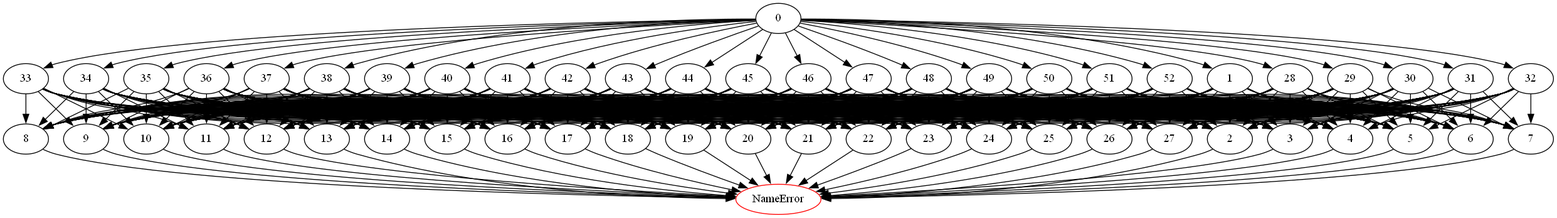
Earlier version of the Graphviz export DomainPicture/cwrsa.comdirected_graph.png (Asikl/MazeMapper). Its source is kept beside it as DomainPicture/cwrsa.comdirected_graph.dot. Its diagram source:
```dot
digraph G {
	0 -> 1;
	0 -> 28;
	0 -> 29;
	0 -> 30;
	0 -> 31;
	0 -> 32;
	0 -> 33;
	0 -> 34;
	0 -> 35;
	0 -> 36;
	0 -> 37;
	0 -> 38;
	0 -> 39;
	0 -> 40;
	0 -> 41;
	0 -> 42;
	0 -> 43;
	0 -> 44;
	0 -> 45;
	0 -> 46;
	0 -> 47;
	0 -> 48;
	0 -> 49;
	0 -> 50;
	0 -> 51;
	0 -> 52;
	1 -> 2;
	1 -> 3;
	1 -> 4;
	1 -> 5;
	1 -> 6;
	1 -> 7;
	1 -> 8;
	1 -> 9;
	1 -> 10;
	1 -> 11;
	1 -> 12;
	1 -> 13;
	1 -> 14;
	1 -> 15;
	1 -> 16;
	1 -> 17;
	1 -> 18;
	1 -> 19;
	1 -> 20;
	1 -> 21;
	1 -> 22;
	1 -> 23;
	1 -> 24;
	1 -> 25;
	1 -> 26;
	1 -> 27;
	2 -> "NameError";
NameError [color=red];
	3 -> "NameError";
NameError [color=red];
	4 -> "NameError";
NameError [color=red];
	5 -> "NameError";
NameError [color=red];
	6 -> "NameError";
NameError [color=red];
	7 -> "NameError";
NameError [color=red];
	8 -> "NameError";
NameError [color=red];
	9 -> "NameError";
NameError [color=red];
	10 -> "NameError";
NameError [color=red];
	11 -> "NameError";
NameError [color=red];
	12 -> "NameError";
NameError [color=red];
	13 -> "NameError";
NameError [color=red];
	14 -> "NameError";
NameError [color=red];
	15 -> "NameError";
NameError [color=red];
	16 -> "NameError";
NameError [color=red];
	17 -> "NameError";
NameError [color=red];
	18 -> "NameError";
NameError [color=red];
	19 -> "NameError";
NameError [color=red];
	20 -> "NameError";
NameError [color=red];
	21 -> "NameError";
NameError [color=red];
	22 -> "NameError";
NameError [color=red];
	23 -> "NameError";
NameError [color=red];
	24 -> "NameError";
NameError [color=red];
	25 -> "NameError";
NameError [color=red];
	26 -> "NameError";
NameError [color=red];
	27 -> "NameError";
NameError [color=red];
	28 -> 2;
	28 -> 3;
	28 -> 4;
	28 -> 5;
	28 -> 6;
	28 -> 7;
	28 -> 8;
	28 -> 9;
	28 -> 10;
	28 -> 11;
	28 -> 12;
	28 -> 13;
	28 -> 14;
	28 -> 15;
	28 -> 16;
	28 -> 17;
	28 -> 18;
	28 -> 19;
	28 -> 20;
	28 -> 21;
	28 -> 22;
	28 -> 23;
	28 -> 24;
	28 -> 25;
	28 -> 26;
	28 -> 27;
	29 -> 2;
	29 -> 3;
	29 -> 4;
	29 -> 5;
	29 -> 6;
	29 -> 7;
	29 -> 8;
	29 -> 9;
	29 -> 10;
	29 -> 11;
	29 -> 12;
	29 -> 13;
	29 -> 14;
	29 -> 15;
	29 -> 16;
	29 -> 17;
	29 -> 18;
	29 -> 19;
	29 -> 20;
	29 -> 21;
	29 -> 22;
	29 -> 23;
	29 -> 24;
	29 -> 25;
	29 -> 26;
	29 -> 27;
	30 -> 2;
	30 -> 3;
	30 -> 4;
	30 -> 5;
	30 -> 6;
	30 -> 7;
	30 -> 8;
	30 -> 9;
	30 -> 10;
	30 -> 11;
	30 -> 12;
	30 -> 13;
	30 -> 14;
	30 -> 15;
	30 -> 16;
	30 -> 17;
	30 -> 18;
	30 -> 19;
	30 -> 20;
	30 -> 21;
	30 -> 22;
	30 -> 23;
	30 -> 24;
	30 -> 25;
	30 -> 26;
	30 -> 27;
	31 -> 2;
	31 -> 3;
	31 -> 4;
	31 -> 5;
	31 -> 6;
	31 -> 7;
	31 -> 8;
	31 -> 9;
	31 -> 10;
	31 -> 11;
	31 -> 12;
	31 -> 13;
	31 -> 14;
	31 -> 15;
	31 -> 16;
	31 -> 17;
	31 -> 18;
	31 -> 19;
	31 -> 20;
	31 -> 21;
	31 -> 22;
	31 -> 23;
	31 -> 24;
	31 -> 25;
	31 -> 26;
	31 -> 27;
	32 -> 2;
	32 -> 3;
	32 -> 4;
	32 -> 5;
	32 -> 6;
	32 -> 7;
	32 -> 8;
	32 -> 9;
	32 -> 10;
	32 -> 11;
	32 -> 12;
	32 -> 13;
	32 -> 14;
	32 -> 15;
	32 -> 16;
	32 -> 17;
	32 -> 18;
	32 -> 19;
	32 -> 20;
	32 -> 21;
	32 -> 22;
	32 -> 23;
	32 -> 24;
	32 -> 25;
	32 -> 26;
	32 -> 27;
	33 -> 2;
	33 -> 3;
	33 -> 4;
	33 -> 5;
	33 -> 6;
	33 -> 7;
	33 -> 8;
	33 -> 9;
	33 -> 10;
	33 -> 11;
	33 -> 12;
	33 -> 13;
	33 -> 14;
	33 -> 15;
	33 -> 16;
	33 -> 17;
	33 -> 18;
	33 -> 19;
	33 -> 20;
	33 -> 21;
	33 -> 22;
	33 -> 23;
	33 -> 24;
	33 -> 25;
	33 -> 26;
	33 -> 27;
	34 -> 2;
	34 -> 3;
	34 -> 4;
	34 -> 5;
	34 -> 6;
	34 -> 7;
	34 -> 8;
	34 -> 9;
	34 -> 10;
	34 -> 11;
	34 -> 12;
	34 -> 13;
	34 -> 14;
	34 -> 15;
	34 -> 16;
	34 -> 17;
	34 -> 18;
	34 -> 19;
	34 -> 20;
	34 -> 21;
	34 -> 22;
	34 -> 23;
	34 -> 24;
	34 -> 25;
	34 -> 26;
	34 -> 27;
	35 -> 2;
	35 -> 3;
	35 -> 4;
	35 -> 5;
	35 -> 6;
	35 -> 7;
	35 -> 8;
	35 -> 9;
	35 -> 10;
	35 -> 11;
	35 -> 12;
	35 -> 13;
	35 -> 14;
	35 -> 15;
	35 -> 16;
	35 -> 17;
	35 -> 18;
	35 -> 19;
	35 -> 20;
	35 -> 21;
	35 -> 22;
	35 -> 23;
	35 -> 24;
	35 -> 25;
	35 -> 26;
	35 -> 27;
	36 -> 2;
	36 -> 3;
	36 -> 4;
	36 -> 5;
	36 -> 6;
	36 -> 7;
	36 -> 8;
	36 -> 9;
	36 -> 10;
	36 -> 11;
	36 -> 12;
	36 -> 13;
	36 -> 14;
	36 -> 15;
	36 -> 16;
	36 -> 17;
	36 -> 18;
	36 -> 19;
	36 -> 20;
	36 -> 21;
	36 -> 22;
	36 -> 23;
	36 -> 24;
	36 -> 25;
	36 -> 26;
	36 -> 27;
	37 -> 2;
	37 -> 3;
	37 -> 4;
	37 -> 5;
	37 -> 6;
	37 -> 7;
	37 -> 8;
	37 -> 9;
	37 -> 10;
	37 -> 11;
	37 -> 12;
	37 -> 13;
	37 -> 14;
	37 -> 15;
	37 -> 16;
	37 -> 17;
	37 -> 18;
	37 -> 19;
	37 -> 20;
	37 -> 21;
	37 -> 22;
	37 -> 23;
	37 -> 24;
	37 -> 25;
	37 -> 26;
	37 -> 27;
	38 -> 2;
	38 -> 3;
	38 -> 4;
	38 -> 5;
	38 -> 6;
	38 -> 7;
	38 -> 8;
	38 -> 9;
	38 -> 10;
	38 -> 11;
	38 -> 12;
	38 -> 13;
	38 -> 14;
	38 -> 15;
	38 -> 16;
	38 -> 17;
	38 -> 18;
	38 -> 19;
	38 -> 20;
	38 -> 21;
	38 -> 22;
	38 -> 23;
	38 -> 24;
	38 -> 25;
	38 -> 26;
	38 -> 27;
	39 -> 2;
	39 -> 3;
	39 -> 4;
	39 -> 5;
	39 -> 6;
	39 -> 7;
	39 -> 8;
	39 -> 9;
	39 -> 10;
	39 -> 11;
	39 -> 12;
	39 -> 13;
	39 -> 14;
	39 -> 15;
	39 -> 16;
	39 -> 17;
	39 -> 18;
	39 -> 19;
	39 -> 20;
	39 -> 21;
	39 -> 22;
	39 -> 23;
	39 -> 24;
	39 -> 25;
	39 -> 26;
	39 -> 27;
	40 -> 2;
	40 -> 3;
	40 -> 4;
	40 -> 5;
	40 -> 6;
	40 -> 7;
	40 -> 8;
	40 -> 9;
	40 -> 10;
	40 -> 11;
	40 -> 12;
	40 -> 13;
	40 -> 14;
	40 -> 15;
	40 -> 16;
	40 -> 17;
	40 -> 18;
	40 -> 19;
	40 -> 20;
	40 -> 21;
	40 -> 22;
	40 -> 23;
	40 -> 24;
	40 -> 25;
	40 -> 26;
	40 -> 27;
	41 -> 2;
	41 -> 3;
	41 -> 4;
	41 -> 5;
	41 -> 6;
	41 -> 7;
	41 -> 8;
	41 -> 9;
	41 -> 10;
	41 -> 11;
	41 -> 12;
	41 -> 13;
	41 -> 14;
	41 -> 15;
	41 -> 16;
	41 -> 17;
	41 -> 18;
	41 -> 19;
	41 -> 20;
	41 -> 21;
	41 -> 22;
	41 -> 23;
	41 -> 24;
	41 -> 25;
	41 -> 26;
	41 -> 27;
	42 -> 2;
	42 -> 3;
	42 -> 4;
	42 -> 5;
	42 -> 6;
	42 -> 7;
	42 -> 8;
	42 -> 9;
	42 -> 10;
	42 -> 11;
	42 -> 12;
	42 -> 13;
	42 -> 14;
	42 -> 15;
	42 -> 16;
	42 -> 17;
	42 -> 18;
	42 -> 19;
	42 -> 20;
	42 -> 21;
	42 -> 22;
	42 -> 23;
	42 -> 24;
	42 -> 25;
	42 -> 26;
	42 -> 27;
	43 -> 2;
	43 -> 3;
	43 -> 4;
	43 -> 5;
	43 -> 6;
	43 -> 7;
	43 -> 8;
	43 -> 9;
	43 -> 10;
	43 -> 11;
	43 -> 12;
	43 -> 13;
	43 -> 14;
	43 -> 15;
	43 -> 16;
	43 -> 17;
	43 -> 18;
	43 -> 19;
	43 -> 20;
	43 -> 21;
	43 -> 22;
	43 -> 23;
	43 -> 24;
	43 -> 25;
	43 -> 26;
	43 -> 27;
	44 -> 2;
	44 -> 3;
	44 -> 4;
	44 -> 5;
	44 -> 6;
	44 -> 7;
	44 -> 8;
	44 -> 9;
	44 -> 10;
	44 -> 11;
	44 -> 12;
	44 -> 13;
	44 -> 14;
	44 -> 15;
	44 -> 16;
	44 -> 17;
	44 -> 18;
	44 -> 19;
	44 -> 20;
	44 -> 21;
	44 -> 22;
	44 -> 23;
	44 -> 24;
	44 -> 25;
	44 -> 26;
	44 -> 27;
	45 -> 2;
	45 -> 3;
	45 -> 4;
	45 -> 5;
	45 -> 6;
	45 -> 7;
	45 -> 8;
	45 -> 9;
	45 -> 10;
	45 -> 11;
	45 -> 12;
	45 -> 13;
	45 -> 14;
	45 -> 15;
	45 -> 16;
	45 -> 17;
	45 -> 18;
	45 -> 19;
	45 -> 20;
	45 -> 21;
	45 -> 22;
	45 -> 23;
	45 -> 24;
	45 -> 25;
	45 -> 26;
	45 -> 27;
	46 -> 2;
	46 -> 3;
	46 -> 4;
	46 -> 5;
	46 -> 6;
	46 -> 7;
	46 -> 8;
	46 -> 9;
	46 -> 10;
	46 -> 11;
	46 -> 12;
	46 -> 13;
	46 -> 14;
	46 -> 15;
	46 -> 16;
	46 -> 17;
	46 -> 18;
	46 -> 19;
	46 -> 20;
	46 -> 21;
	46 -> 22;
	46 -> 23;
	46 -> 24;
	46 -> 25;
	46 -> 26;
	46 -> 27;
	47 -> 2;
	47 -> 3;
	47 -> 4;
	47 -> 5;
	47 -> 6;
	47 -> 7;
	47 -> 8;
	47 -> 9;
	47 -> 10;
	47 -> 11;
	47 -> 12;
	47 -> 13;
	47 -> 14;
	47 -> 15;
	47 -> 16;
	47 -> 17;
	47 -> 18;
	47 -> 19;
	47 -> 20;
	47 -> 21;
	47 -> 22;
	47 -> 23;
	47 -> 24;
	47 -> 25;
	47 -> 26;
	47 -> 27;
	48 -> 2;
	48 -> 3;
	48 -> 4;
	48 -> 5;
	48 -> 6;
	48 -> 7;
	48 -> 8;
	48 -> 9;
	48 -> 10;
	48 -> 11;
	48 -> 12;
	48 -> 13;
	48 -> 14;
	48 -> 15;
	48 -> 16;
	48 -> 17;
	48 -> 18;
	48 -> 19;
	48 -> 20;
	48 -> 21;
	48 -> 22;
	48 -> 23;
	48 -> 24;
	48 -> 25;
	48 -> 26;
	48 -> 27;
	49 -> 2;
	49 -> 3;
	49 -> 4;
	49 -> 5;
	49 -> 6;
	49 -> 7;
	49 -> 8;
	49 -> 9;
	49 -> 10;
	49 -> 11;
	49 -> 12;
	49 -> 13;
	49 -> 14;
	49 -> 15;
	49 -> 16;
	49 -> 17;
	49 -> 18;
	49 -> 19;
	49 -> 20;
	49 -> 21;
	49 -> 22;
	49 -> 23;
	49 -> 24;
	49 -> 25;
	49 -> 26;
	49 -> 27;
	50 -> 2;
	50 -> 3;
	50 -> 4;
	50 -> 5;
	50 -> 6;
	50 -> 7;
	50 -> 8;
	50 -> 9;
	50 -> 10;
	50 -> 11;
	50 -> 12;
	50 -> 13;
	50 -> 14;
	50 -> 15;
	50 -> 16;
	50 -> 17;
	50 -> 18;
	50 -> 19;
	50 -> 20;
	50 -> 21;
	50 -> 22;
	50 -> 23;
	50 -> 24;
	50 -> 25;
	50 -> 26;
	50 -> 27;
	51 -> 2;
	51 -> 3;
	51 -> 4;
	51 -> 5;
	51 -> 6;
	51 -> 7;
	51 -> 8;
	51 -> 9;
	51 -> 10;
	51 -> 11;
	51 -> 12;
	51 -> 13;
	51 -> 14;
	51 -> 15;
	51 -> 16;
	51 -> 17;
	51 -> 18;
	51 -> 19;
	51 -> 20;
	51 -> 21;
	51 -> 22;
	51 -> 23;
	51 -> 24;
	51 -> 25;
	51 -> 26;
	51 -> 27;
	52 -> 2;
	52 -> 3;
	52 -> 4;
	52 -> 5;
	52 -> 6;
	52 -> 7;
	52 -> 8;
	52 -> 9;
	52 -> 10;
	52 -> 11;
	52 -> 12;
	52 -> 13;
	52 -> 14;
	52 -> 15;
	52 -> 16;
	52 -> 17;
	52 -> 18;
	52 -> 19;
	52 -> 20;
	52 -> 21;
	52 -> 22;
	52 -> 23;
	52 -> 24;
	52 -> 25;
	52 -> 26;
	52 -> 27;
}
```
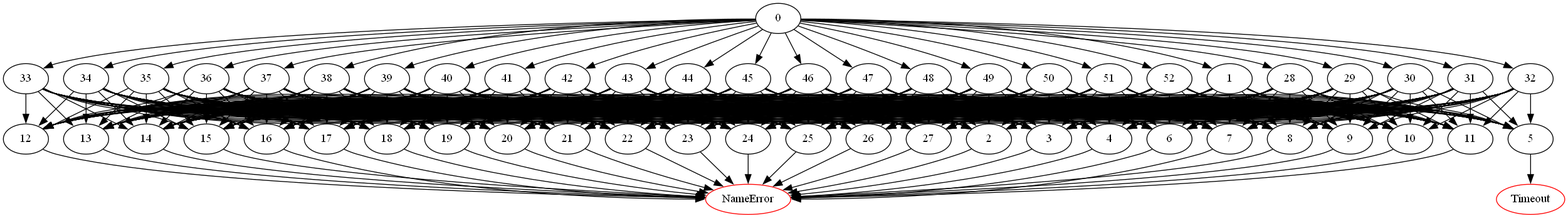
After the commit.

Change to the diagram source:
```diff
@@ -57,8 +57,8 @@
 NameError [color=red];
 	4 -> "NameError";
 NameError [color=red];
-	5 -> "NameError";
-NameError [color=red];
+	5 -> "Timeout";
+Timeout [color=red];
 	6 -> "NameError";
 NameError [color=red];
 	7 -> "NameError";
```
